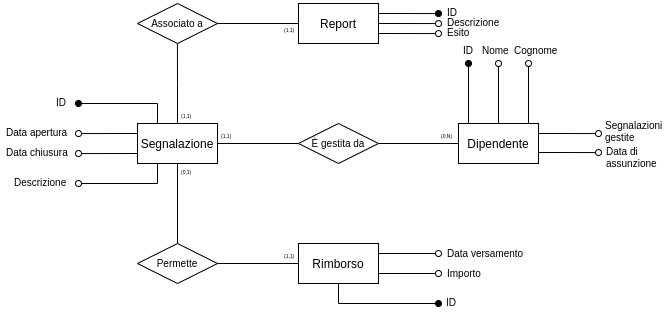
Before: docs/images/segnalazione.png, a diagram exported from draw.io (krosspile/ecommerce_database). Source tidied: cells renumbered, new cells last; positions are measured from the earlier drawing's top-left corner, leaving out a move shared by most shapes.
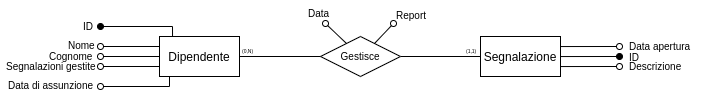
The same diagram one commit later.

Diff of the diagram source:
```diff
@@ -2,200 +2,120 @@
   <root>
     <mxCell id="0" />
     <mxCell id="1" parent="0" />
-    <mxCell id="2" style="edgeStyle=orthogonalEdgeStyle;rounded=0;jettySize=auto;html=1;exitX=1;exitY=0.5;exitDx=0;exitDy=0;entryX=0;entryY=0.5;entryDx=0;entryDy=0;fontSize=5;endArrow=none;endFill=0;" parent="1" edge="1" source="8" target="10">
-      <mxGeometry relative="1" as="geometry" />
-    </mxCell>
-    <mxCell id="3" style="edgeStyle=orthogonalEdgeStyle;rounded=0;jettySize=auto;html=1;exitX=0.5;exitY=0;exitDx=0;exitDy=0;fontSize=5;endArrow=none;endFill=0;" parent="1" edge="1" source="8">
-      <mxGeometry relative="1" as="geometry">
-        <mxPoint x="176.9" y="43" as="targetPoint" />
-      </mxGeometry>
-    </mxCell>
-    <mxCell id="4" style="edgeStyle=orthogonalEdgeStyle;rounded=0;jettySize=auto;html=1;exitX=0.5;exitY=1;exitDx=0;exitDy=0;entryX=0.5;entryY=0;entryDx=0;entryDy=0;fontSize=5;endArrow=none;endFill=0;" parent="1" edge="1" source="8" target="18">
-      <mxGeometry relative="1" as="geometry" />
-    </mxCell>
-    <mxCell id="5" style="edgeStyle=orthogonalEdgeStyle;rounded=0;jettySize=auto;html=1;exitX=0;exitY=0.25;exitDx=0;exitDy=0;fontSize=5;endArrow=oval;endFill=0;" parent="1" edge="1" source="8">
+    <mxCell id="5" style="edgeStyle=orthogonalEdgeStyle;rounded=0;orthogonalLoop=1;jettySize=auto;html=1;exitX=0;exitY=0.25;exitDx=0;exitDy=0;fontSize=5;endArrow=oval;endFill=0;" parent="1" edge="1">
       <mxGeometry relative="1" as="geometry">
-        <mxPoint x="78" y="133" as="targetPoint" />
+        <mxPoint x="498" y="-27" as="sourcePoint" />
+        <mxPoint x="557" y="-27" as="targetPoint" />
       </mxGeometry>
     </mxCell>
-    <mxCell id="6" style="edgeStyle=orthogonalEdgeStyle;rounded=0;jettySize=auto;html=1;exitX=0.25;exitY=0;exitDx=0;exitDy=0;fontSize=5;endArrow=oval;endFill=1;" parent="1" edge="1" source="8">
-      <mxGeometry relative="1" as="geometry">
-        <mxPoint x="78" y="103" as="targetPoint" />
-        <Array as="points">
-          <mxPoint x="157" y="103" />
-        </Array>
-      </mxGeometry>
-    </mxCell>
-    <mxCell id="7" style="edgeStyle=orthogonalEdgeStyle;rounded=0;jettySize=auto;html=1;exitX=0.25;exitY=1;exitDx=0;exitDy=0;fontSize=5;endArrow=oval;endFill=0;" parent="1" edge="1" source="8">
-      <mxGeometry relative="1" as="geometry">
-        <mxPoint x="78" y="183" as="targetPoint" />
-        <Array as="points">
-          <mxPoint x="157" y="183" />
-        </Array>
-      </mxGeometry>
-    </mxCell>
-    <mxCell id="8" value="Segnalazione" style="whiteSpace=wrap;html=1;align=center;" parent="1" vertex="1">
-      <mxGeometry x="137" y="123" width="80" height="40" as="geometry" />
-    </mxCell>
-    <mxCell id="9" style="edgeStyle=orthogonalEdgeStyle;rounded=0;jettySize=auto;html=1;exitX=1;exitY=0.5;exitDx=0;exitDy=0;entryX=0;entryY=0.5;entryDx=0;entryDy=0;fontSize=5;endArrow=none;endFill=0;" parent="1" edge="1" source="10" target="12">
-      <mxGeometry relative="1" as="geometry" />
-    </mxCell>
+    <mxCell id="51" style="edgeStyle=orthogonalEdgeStyle;rounded=0;jettySize=auto;html=1;exitX=1;exitY=0.5;exitDx=0;exitDy=0;entryX=0;entryY=0.5;entryDx=0;entryDy=0;endArrow=none;endFill=0;" parent="1" edge="1" source="10" target="8">
+      <mxGeometry relative="1" as="geometry" />
+    </mxCell>
-    <mxCell id="10" value="È gestita da" style="shape=rhombus;perimeter=rhombusPerimeter;whiteSpace=wrap;html=1;align=center;fontSize=10;" parent="1" vertex="1">
-      <mxGeometry x="298" y="123" width="80" height="40" as="geometry" />
+    <mxCell id="10" value="Gestisce" style="shape=rhombus;perimeter=rhombusPerimeter;whiteSpace=wrap;html=1;align=center;fontSize=10;" parent="1" vertex="1">
+      <mxGeometry x="258" y="-37" width="80" height="40" as="geometry" />
     </mxCell>
-    <mxCell id="11" value="Associato a" style="shape=rhombus;perimeter=rhombusPerimeter;whiteSpace=wrap;html=1;align=center;fontSize=10;" parent="1" vertex="1">
-      <mxGeometry x="137" y="3" width="80" height="40" as="geometry" />
-    </mxCell>
+    <mxCell id="52" style="edgeStyle=orthogonalEdgeStyle;rounded=0;jettySize=auto;html=1;exitX=1;exitY=0.5;exitDx=0;exitDy=0;entryX=0;entryY=0.5;entryDx=0;entryDy=0;endArrow=none;endFill=0;" parent="1" edge="1" source="12" target="10">
+      <mxGeometry relative="1" as="geometry" />
+    </mxCell>
+    <mxCell id="53" style="edgeStyle=orthogonalEdgeStyle;rounded=0;jettySize=auto;html=1;exitX=0;exitY=0.25;exitDx=0;exitDy=0;endArrow=oval;endFill=0;" parent="1" edge="1" source="12">
+      <mxGeometry relative="1" as="geometry">
+        <mxPoint x="38" y="-27" as="targetPoint" />
+      </mxGeometry>
+    </mxCell>
+    <mxCell id="54" style="edgeStyle=orthogonalEdgeStyle;rounded=0;jettySize=auto;html=1;exitX=0;exitY=0.75;exitDx=0;exitDy=0;endArrow=oval;endFill=0;" parent="1" edge="1" source="12">
+      <mxGeometry relative="1" as="geometry">
+        <mxPoint x="38" y="-7" as="targetPoint" />
+      </mxGeometry>
+    </mxCell>
     <mxCell id="12" value="Dipendente" style="whiteSpace=wrap;html=1;align=center;" parent="1" vertex="1">
-      <mxGeometry x="458" y="123" width="80" height="40" as="geometry" />
+      <mxGeometry x="97" y="-37" width="80" height="40" as="geometry" />
     </mxCell>
-    <mxCell id="13" style="edgeStyle=orthogonalEdgeStyle;rounded=0;jettySize=auto;html=1;exitX=0;exitY=0.5;exitDx=0;exitDy=0;entryX=1;entryY=0.5;entryDx=0;entryDy=0;fontSize=5;endArrow=none;endFill=0;" parent="1" edge="1" source="16" target="11">
-      <mxGeometry relative="1" as="geometry" />
-    </mxCell>
-    <mxCell id="14" style="edgeStyle=orthogonalEdgeStyle;rounded=0;jettySize=auto;html=1;exitX=1;exitY=0.25;exitDx=0;exitDy=0;fontSize=5;endArrow=oval;endFill=1;" parent="1" edge="1" source="16">
-      <mxGeometry relative="1" as="geometry">
-        <mxPoint x="438" y="13" as="targetPoint" />
-      </mxGeometry>
-    </mxCell>
-    <mxCell id="15" style="edgeStyle=orthogonalEdgeStyle;rounded=0;jettySize=auto;html=1;exitX=1;exitY=0.75;exitDx=0;exitDy=0;fontSize=5;endArrow=oval;endFill=0;" parent="1" edge="1" source="16">
-      <mxGeometry relative="1" as="geometry">
-        <mxPoint x="438" y="33" as="targetPoint" />
-      </mxGeometry>
-    </mxCell>
-    <mxCell id="16" value="Report" style="whiteSpace=wrap;html=1;align=center;" parent="1" vertex="1">
-      <mxGeometry x="298" y="3" width="80" height="40" as="geometry" />
-    </mxCell>
-    <mxCell id="17" style="edgeStyle=orthogonalEdgeStyle;rounded=0;jettySize=auto;html=1;exitX=1;exitY=0.5;exitDx=0;exitDy=0;entryX=0;entryY=0.5;entryDx=0;entryDy=0;fontSize=5;endArrow=none;endFill=0;" parent="1" edge="1" source="18" target="22">
-      <mxGeometry relative="1" as="geometry" />
-    </mxCell>
-    <mxCell id="18" value="Permette" style="shape=rhombus;perimeter=rhombusPerimeter;whiteSpace=wrap;html=1;align=center;fontSize=10;" parent="1" vertex="1">
-      <mxGeometry x="137" y="243" width="80" height="40" as="geometry" />
-    </mxCell>
-    <mxCell id="19" style="edgeStyle=orthogonalEdgeStyle;rounded=0;jettySize=auto;html=1;exitX=1;exitY=0.25;exitDx=0;exitDy=0;fontSize=5;endArrow=oval;endFill=0;" parent="1" edge="1" source="22">
-      <mxGeometry relative="1" as="geometry">
-        <mxPoint x="438" y="253" as="targetPoint" />
-      </mxGeometry>
-    </mxCell>
-    <mxCell id="20" style="edgeStyle=orthogonalEdgeStyle;rounded=0;orthogonalLoop=1;jettySize=auto;html=1;exitX=1;exitY=0.5;exitDx=0;exitDy=0;fontSize=5;endArrow=oval;endFill=0;" parent="1" edge="1">
-      <mxGeometry relative="1" as="geometry">
-        <mxPoint x="378" y="273" as="sourcePoint" />
-        <mxPoint x="438" y="273" as="targetPoint" />
-      </mxGeometry>
-    </mxCell>
-    <mxCell id="21" style="edgeStyle=orthogonalEdgeStyle;rounded=0;jettySize=auto;html=1;exitX=0.5;exitY=1;exitDx=0;exitDy=0;fontSize=5;endArrow=oval;endFill=1;" parent="1" edge="1" source="22">
-      <mxGeometry relative="1" as="geometry">
-        <mxPoint x="438" y="303" as="targetPoint" />
-        <Array as="points">
-          <mxPoint x="338" y="303" />
-        </Array>
-      </mxGeometry>
-    </mxCell>
-    <mxCell id="22" value="Rimborso" style="whiteSpace=wrap;html=1;align=center;" parent="1" vertex="1">
-      <mxGeometry x="298" y="243" width="80" height="40" as="geometry" />
-    </mxCell>
-    <mxCell id="23" style="endArrow=oval;html=1;rounded=0;fontSize=5;edgeStyle=orthogonalEdgeStyle;entryX=0.125;entryY=0;entryDx=0;entryDy=0;entryPerimeter=0;endFill=1;exitX=0.125;exitY=0;exitDx=0;exitDy=0;exitPerimeter=0;" parent="1" edge="1" source="12">
-      <mxGeometry relative="1" as="geometry">
-        <mxPoint x="468" y="63" as="targetPoint" />
-      </mxGeometry>
-    </mxCell>
     <mxCell id="24" value="ID" style="text;strokeColor=none;fillColor=none;spacingLeft=4;spacingRight=4;overflow=hidden;fontSize=10;" parent="1" vertex="1">
-      <mxGeometry x="457" y="38" width="30" height="25" as="geometry" />
+      <mxGeometry x="15" y="-59" width="30" height="25" as="geometry" />
     </mxCell>
-    <mxCell id="25" style="endArrow=oval;html=1;rounded=0;fontSize=5;edgeStyle=orthogonalEdgeStyle;entryX=0.125;entryY=0;entryDx=0;entryDy=0;entryPerimeter=0;endFill=0;exitX=0.125;exitY=0;exitDx=0;exitDy=0;exitPerimeter=0;" parent="1" edge="1">
-      <mxGeometry relative="1" as="geometry">
-        <mxPoint x="498" y="123" as="sourcePoint" />
-        <mxPoint x="498" y="63" as="targetPoint" />
-      </mxGeometry>
-    </mxCell>
     <mxCell id="26" value="Nome" style="text;strokeColor=none;fillColor=none;spacingLeft=4;spacingRight=4;overflow=hidden;fontSize=10;" parent="1" vertex="1">
-      <mxGeometry x="476" y="38" width="41" height="25" as="geometry" />
+      <mxGeometry y="-40" width="41" height="25" as="geometry" />
     </mxCell>
-    <mxCell id="27" style="endArrow=oval;html=1;rounded=0;fontSize=5;edgeStyle=orthogonalEdgeStyle;entryX=0.125;entryY=0;entryDx=0;entryDy=0;entryPerimeter=0;endFill=0;exitX=0.125;exitY=0;exitDx=0;exitDy=0;exitPerimeter=0;" parent="1" edge="1">
-      <mxGeometry relative="1" as="geometry">
-        <mxPoint x="528" y="123" as="sourcePoint" />
-        <mxPoint x="528" y="63" as="targetPoint" />
-      </mxGeometry>
-    </mxCell>
     <mxCell id="28" value="Cognome" style="text;strokeColor=none;fillColor=none;spacingLeft=4;spacingRight=4;overflow=hidden;fontSize=10;" parent="1" vertex="1">
-      <mxGeometry x="508" y="38" width="60" height="25" as="geometry" />
+      <mxGeometry x="-19" y="-29.5" width="60" height="25" as="geometry" />
     </mxCell>
-    <mxCell id="29" value="Importo" style="text;strokeColor=none;fillColor=none;spacingLeft=4;spacingRight=4;overflow=hidden;fontSize=10;" parent="1" vertex="1">
-      <mxGeometry x="441" y="261" width="60" height="25" as="geometry" />
-    </mxCell>
-    <mxCell id="30" value="Data versamento" style="text;strokeColor=none;fillColor=none;spacingLeft=4;spacingRight=4;overflow=hidden;fontSize=10;" parent="1" vertex="1">
-      <mxGeometry x="441" y="241" width="87" height="25" as="geometry" />
-    </mxCell>
-    <mxCell id="31" value="ID" style="text;strokeColor=none;fillColor=none;spacingLeft=4;spacingRight=4;overflow=hidden;fontSize=10;" parent="1" vertex="1">
-      <mxGeometry x="440" y="290" width="60" height="25" as="geometry" />
-    </mxCell>
-    <mxCell id="32" value="ID" style="text;strokeColor=none;fillColor=none;spacingLeft=4;spacingRight=4;overflow=hidden;fontSize=10;" parent="1" vertex="1">
-      <mxGeometry x="441" width="30" height="25" as="geometry" />
-    </mxCell>
-    <mxCell id="33" style="edgeStyle=orthogonalEdgeStyle;rounded=0;orthogonalLoop=1;jettySize=auto;html=1;exitX=1;exitY=0.25;exitDx=0;exitDy=0;fontSize=5;endArrow=oval;endFill=0;" parent="1" edge="1">
-      <mxGeometry relative="1" as="geometry">
-        <mxPoint x="378" y="23" as="sourcePoint" />
-        <mxPoint x="438" y="23" as="targetPoint" />
-      </mxGeometry>
-    </mxCell>
-    <mxCell id="34" value="Descrizione" style="text;strokeColor=none;fillColor=none;spacingLeft=4;spacingRight=4;overflow=hidden;fontSize=10;" parent="1" vertex="1">
-      <mxGeometry x="441" y="10" width="67" height="25" as="geometry" />
-    </mxCell>
-    <mxCell id="35" value="Esito" style="text;strokeColor=none;fillColor=none;spacingLeft=4;spacingRight=4;overflow=hidden;fontSize=10;" parent="1" vertex="1">
-      <mxGeometry x="441" y="20" width="107" height="23" as="geometry" />
-    </mxCell>
     <mxCell id="36" value="Data apertura" style="text;strokeColor=none;fillColor=none;spacingLeft=4;spacingRight=4;overflow=hidden;fontSize=10;" parent="1" vertex="1">
-      <mxGeometry y="120" width="79" height="25" as="geometry" />
+      <mxGeometry x="561" y="-39" width="79" height="25" as="geometry" />
     </mxCell>
-    <mxCell id="37" style="edgeStyle=orthogonalEdgeStyle;rounded=0;orthogonalLoop=1;jettySize=auto;html=1;exitX=0;exitY=0.25;exitDx=0;exitDy=0;fontSize=5;endArrow=oval;endFill=0;" parent="1" edge="1">
-      <mxGeometry relative="1" as="geometry">
-        <mxPoint x="137" y="153" as="sourcePoint" />
-        <mxPoint x="78" y="153" as="targetPoint" />
-      </mxGeometry>
-    </mxCell>
-    <mxCell id="38" value="Data chiusura" style="text;strokeColor=none;fillColor=none;spacingLeft=4;spacingRight=4;overflow=hidden;fontSize=10;" parent="1" vertex="1">
-      <mxGeometry y="140" width="79" height="25" as="geometry" />
+    <mxCell id="38" value="ID" style="text;strokeColor=none;fillColor=none;spacingLeft=4;spacingRight=4;overflow=hidden;fontSize=10;" parent="1" vertex="1">
+      <mxGeometry x="561" y="-28" width="79" height="25" as="geometry" />
     </mxCell>
-    <mxCell id="39" value="ID" style="text;strokeColor=none;fillColor=none;spacingLeft=4;spacingRight=4;overflow=hidden;fontSize=10;" parent="1" vertex="1">
-      <mxGeometry x="50" y="90" width="28" height="25" as="geometry" />
-    </mxCell>
     <mxCell id="40" value="Descrizione" style="text;strokeColor=none;fillColor=none;spacingLeft=4;spacingRight=4;overflow=hidden;fontSize=10;" parent="1" vertex="1">
-      <mxGeometry x="8" y="170" width="70" height="25" as="geometry" />
+      <mxGeometry x="561" y="-19" width="70" height="25" as="geometry" />
     </mxCell>
-    <mxCell id="41" value="(1,1)" style="text;strokeColor=none;fillColor=none;spacingLeft=4;spacingRight=4;overflow=hidden;fontSize=5;" parent="1" vertex="1">
-      <mxGeometry x="175" y="107" width="28" height="25" as="geometry" />
-    </mxCell>
-    <mxCell id="42" value="(1,1)" style="text;strokeColor=none;fillColor=none;spacingLeft=4;spacingRight=4;overflow=hidden;fontSize=5;" parent="1" vertex="1">
-      <mxGeometry x="278" y="21" width="28" height="25" as="geometry" />
-    </mxCell>
-    <mxCell id="43" value="(1,1)" style="text;strokeColor=none;fillColor=none;spacingLeft=4;spacingRight=4;overflow=hidden;fontSize=5;" parent="1" vertex="1">
-      <mxGeometry x="215" y="127" width="28" height="25" as="geometry" />
-    </mxCell>
-    <mxCell id="44" value="(0,N)" style="text;strokeColor=none;fillColor=none;spacingLeft=4;spacingRight=4;overflow=hidden;fontSize=5;" parent="1" vertex="1">
-      <mxGeometry x="435" y="127" width="28" height="25" as="geometry" />
-    </mxCell>
-    <mxCell id="45" value="(0,1)" style="text;strokeColor=none;fillColor=none;spacingLeft=4;spacingRight=4;overflow=hidden;fontSize=5;" parent="1" vertex="1">
-      <mxGeometry x="175" y="163" width="28" height="25" as="geometry" />
-    </mxCell>
-    <mxCell id="46" value="(1,1)" style="text;strokeColor=none;fillColor=none;spacingLeft=4;spacingRight=4;overflow=hidden;fontSize=5;" parent="1" vertex="1">
-      <mxGeometry x="278" y="247" width="28" height="25" as="geometry" />
-    </mxCell>
-    <mxCell id="47" style="edgeStyle=orthogonalEdgeStyle;rounded=0;orthogonalLoop=1;jettySize=auto;html=1;exitX=1;exitY=0.25;exitDx=0;exitDy=0;fontSize=5;endArrow=oval;endFill=0;" parent="1" edge="1">
-      <mxGeometry relative="1" as="geometry">
-        <mxPoint x="538" y="152" as="sourcePoint" />
-        <mxPoint x="598" y="152" as="targetPoint" />
-      </mxGeometry>
-    </mxCell>
-    <mxCell id="48" value="Data di &#10;assunzione" style="text;strokeColor=none;fillColor=none;spacingLeft=4;spacingRight=4;overflow=hidden;fontSize=10;" parent="1" vertex="1">
-      <mxGeometry x="600" y="139" width="69" height="33" as="geometry" />
+    <mxCell id="48" value="Data di assunzione" style="text;strokeColor=none;fillColor=none;spacingLeft=4;spacingRight=4;overflow=hidden;fontSize=10;" parent="1" vertex="1">
+      <mxGeometry x="-60" width="118" height="33" as="geometry" />
     </mxCell>
-    <mxCell id="49" style="edgeStyle=orthogonalEdgeStyle;rounded=0;orthogonalLoop=1;jettySize=auto;html=1;exitX=1;exitY=0.25;exitDx=0;exitDy=0;fontSize=5;endArrow=oval;endFill=0;" parent="1" edge="1">
+    <mxCell id="49" style="edgeStyle=orthogonalEdgeStyle;rounded=0;jettySize=auto;html=1;exitX=0.163;exitY=0;exitDx=0;exitDy=0;fontSize=5;endArrow=oval;endFill=1;exitPerimeter=0;" parent="1" edge="1" source="12">
       <mxGeometry relative="1" as="geometry">
-        <mxPoint x="538" y="133" as="sourcePoint" />
-        <mxPoint x="598" y="133" as="targetPoint" />
+        <mxPoint x="38" y="-47" as="targetPoint" />
+        <Array as="points">
+          <mxPoint x="110" y="-47" />
+          <mxPoint x="38" y="-47" />
+        </Array>
       </mxGeometry>
     </mxCell>
+    <mxCell id="8" value="Segnalazione" style="whiteSpace=wrap;html=1;align=center;" parent="1" vertex="1">
+      <mxGeometry x="418" y="-37" width="80" height="40" as="geometry" />
+    </mxCell>
+    <mxCell id="55" style="edgeStyle=orthogonalEdgeStyle;rounded=0;orthogonalLoop=1;jettySize=auto;html=1;exitX=0.25;exitY=1;exitDx=0;exitDy=0;fontSize=5;endArrow=oval;endFill=0;" parent="1" edge="1">
+      <mxGeometry relative="1" as="geometry">
+        <mxPoint x="107" y="3" as="sourcePoint" />
+        <mxPoint x="38" y="13" as="targetPoint" />
+        <Array as="points">
+          <mxPoint x="107" y="13" />
+        </Array>
+      </mxGeometry>
+    </mxCell>
-    <mxCell id="50" value="Segnalazioni&#10;gestite" style="text;strokeColor=none;fillColor=none;spacingLeft=4;spacingRight=4;overflow=hidden;fontSize=10;" parent="1" vertex="1">
-      <mxGeometry x="599" y="113" width="68" height="33" as="geometry" />
+    <mxCell id="50" value="Segnalazioni gestite" style="text;strokeColor=none;fillColor=none;spacingLeft=4;spacingRight=4;overflow=hidden;fontSize=10;direction=west;" parent="1" vertex="1">
+      <mxGeometry x="-62" y="-19" width="102" height="33" as="geometry" />
     </mxCell>
+    <mxCell id="56" style="endArrow=oval;html=1;rounded=0;sourcePerimeterSpacing=0;targetPerimeterSpacing=0;exitX=1;exitY=0;exitDx=0;exitDy=0;endFill=0;entryX=1;entryY=0;entryDx=0;entryDy=0;" parent="1" edge="1">
+      <mxGeometry relative="1" as="geometry">
+        <mxPoint x="312" y="-30" as="sourcePoint" />
+        <mxPoint x="331" y="-50" as="targetPoint" />
+      </mxGeometry>
+    </mxCell>
+    <mxCell id="57" style="edgeStyle=orthogonalEdgeStyle;rounded=0;orthogonalLoop=1;jettySize=auto;html=1;exitX=0;exitY=0.75;exitDx=0;exitDy=0;endArrow=oval;endFill=0;" parent="1" edge="1">
+      <mxGeometry relative="1" as="geometry">
+        <mxPoint x="97" y="-17" as="sourcePoint" />
+        <mxPoint x="38" y="-17" as="targetPoint" />
+      </mxGeometry>
+    </mxCell>
+    <mxCell id="58" style="edgeStyle=orthogonalEdgeStyle;rounded=0;orthogonalLoop=1;jettySize=auto;html=1;exitX=0;exitY=0.25;exitDx=0;exitDy=0;fontSize=5;endArrow=oval;endFill=1;" parent="1" edge="1">
+      <mxGeometry relative="1" as="geometry">
+        <mxPoint x="498" y="-17" as="sourcePoint" />
+        <mxPoint x="557" y="-17" as="targetPoint" />
+      </mxGeometry>
+    </mxCell>
+    <mxCell id="59" style="edgeStyle=orthogonalEdgeStyle;rounded=0;orthogonalLoop=1;jettySize=auto;html=1;exitX=0;exitY=0.25;exitDx=0;exitDy=0;fontSize=5;endArrow=oval;endFill=0;" parent="1" edge="1">
+      <mxGeometry relative="1" as="geometry">
+        <mxPoint x="498" y="-7" as="sourcePoint" />
+        <mxPoint x="557" y="-7" as="targetPoint" />
+      </mxGeometry>
+    </mxCell>
+    <mxCell id="60" style="endArrow=oval;html=1;rounded=0;sourcePerimeterSpacing=0;targetPerimeterSpacing=0;entryX=0;entryY=0;entryDx=0;entryDy=0;endFill=0;exitX=0;exitY=0;exitDx=0;exitDy=0;" parent="1" edge="1">
+      <mxGeometry relative="1" as="geometry">
+        <mxPoint x="284" y="-30" as="sourcePoint" />
+        <mxPoint x="263" y="-50" as="targetPoint" />
+      </mxGeometry>
+    </mxCell>
+    <mxCell id="61" value="Data" style="text;strokeColor=none;fillColor=none;spacingLeft=4;spacingRight=4;overflow=hidden;fontSize=10;" parent="1" vertex="1">
+      <mxGeometry x="240" y="-72.5" width="40" height="30" as="geometry" />
+    </mxCell>
+    <mxCell id="16" value="Report" style="text;strokeColor=none;fillColor=none;spacingLeft=4;spacingRight=4;overflow=hidden;points=[[0,0.5],[1,0.5]];portConstraint=eastwest;fontSize=10;" parent="1" vertex="1">
+      <mxGeometry x="328" y="-70" width="40" height="30" as="geometry" />
+    </mxCell>
+    <mxCell id="62" value="(1,1)" style="text;strokeColor=none;fillColor=none;spacingLeft=4;spacingRight=4;overflow=hidden;fontSize=5;" parent="1" vertex="1">
+      <mxGeometry x="398" y="-31.5" width="30" height="14" as="geometry" />
+    </mxCell>
+    <mxCell id="44" value="(0,N)" style="text;strokeColor=none;fillColor=none;spacingLeft=4;spacingRight=4;overflow=hidden;fontSize=5;" parent="1" vertex="1">
+      <mxGeometry x="174" y="-31.5" width="30" height="14" as="geometry" />
+    </mxCell>
   </root>
 </mxGraphModel>
```
